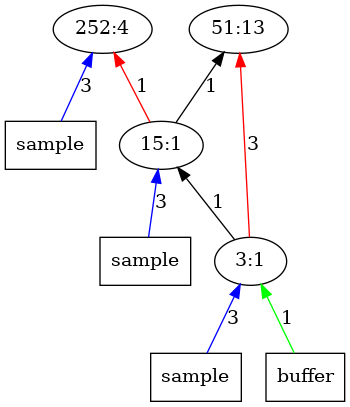
AbhikKhan/MTP_IITG keeps this Graphviz diagram as outputImages/op4.png.png. Above is the earlier version. Its source is kept beside it as outputTrees/op4.dot.
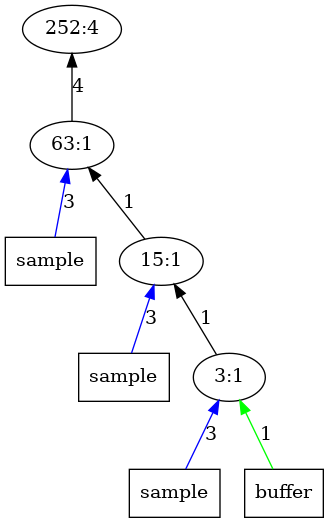
Above is the later version.

Change to the diagram source:
```diff
@@ -1,15 +1,14 @@
 digraph Tree{
 	rankdir="BT"
-	x11 -> 1 [label = "3", color = "blue"];
-	x11 [label = "sample", shape = "box"];
 	1 [label = "252:4"];
-	2 [label = "51:13"];
+	2 -> 1 [label = "4", color = "black"];
+	x21 -> 2 [label = "3", color = "blue"];
+	x21 [label = "sample", shape = "box"];
+	2 [label = "63:1"];
 	3 -> 2 [label = "1", color = "black"];
-	3 -> 1 [label = "1", color = "red"];
 	x31 -> 3 [label = "3", color = "blue"];
 	x31 [label = "sample", shape = "box"];
 	3 [label = "15:1"];
-	4 -> 2 [label = "3", color = "red"];
 	4 -> 3 [label = "1", color = "black"];
 	x41 -> 4 [label = "3", color = "blue"];
 	x41 [label = "sample", shape = "box"];
```
